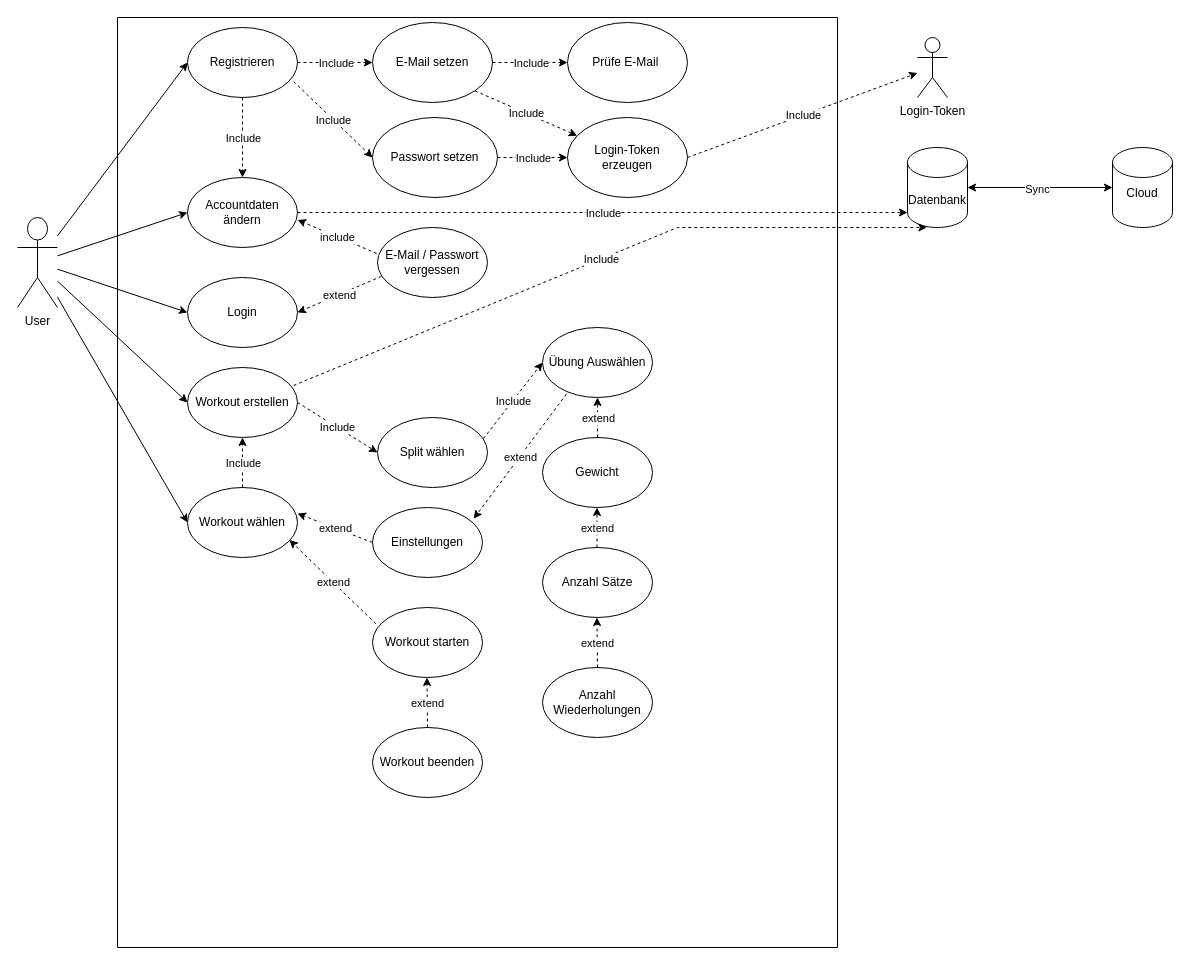
Before: doc/uml/UML-Anwendungsfalldiagramm.drawio in PatricReinsch/GymTrackerX, a draw.io diagram. Source tidied: cells renumbered, new cells numbered last; positions are measured from the earlier drawing's top-left corner, leaving out a move shared by most shapes. Both pictures are drawn from the tidied source at 100%, with x=0, y=0 at pixel (17, 17).
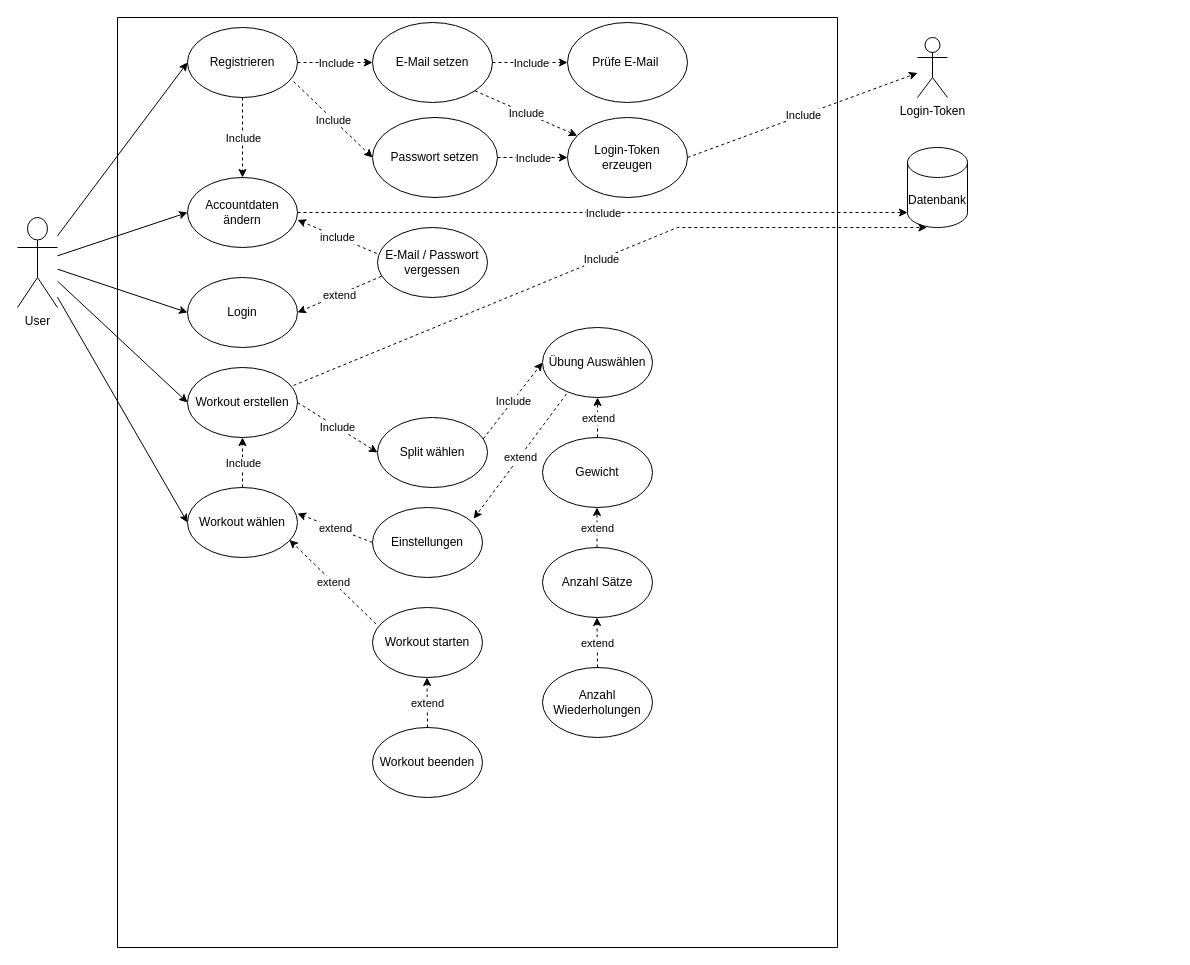
The same page after the edit.

Unchanged cells that the change refers to:
```xml
<mxCell id="61" value="Datenbank" style="shape=cylinder3;whiteSpace=wrap;html=1;boundedLbl=1;backgroundOutline=1;size=15;" parent="1" vertex="1">
  <mxGeometry x="890" y="130" width="60" height="80" as="geometry" />
</mxCell>
```

Diff of the diagram source:
```diff
@@
-    <mxCell id="66" value="Cloud&lt;div&gt;&lt;br&gt;&lt;/div&gt;" style="shape=cylinder3;whiteSpace=wrap;html=1;boundedLbl=1;backgroundOutline=1;size=15;" parent="1" vertex="1">
-      <mxGeometry x="1095" y="130" width="60" height="80" as="geometry" />
-    </mxCell>
-    <mxCell id="67" style="endArrow=classic;startArrow=classic;html=1;rounded=0;exitX=1;exitY=0.5;exitDx=0;exitDy=0;exitPerimeter=0;entryX=0;entryY=0.5;entryDx=0;entryDy=0;entryPerimeter=0;" parent="1" edge="1" source="61" target="66">
-      <mxGeometry relative="1" as="geometry" />
-    </mxCell>
-    <mxCell id="68" value="Sync" style="edgeLabel;html=1;align=center;verticalAlign=middle;" parent="67" vertex="1">
-      <mxGeometry x="-0.05" y="-1" relative="1" as="geometry" />
-    </mxCell>
```
